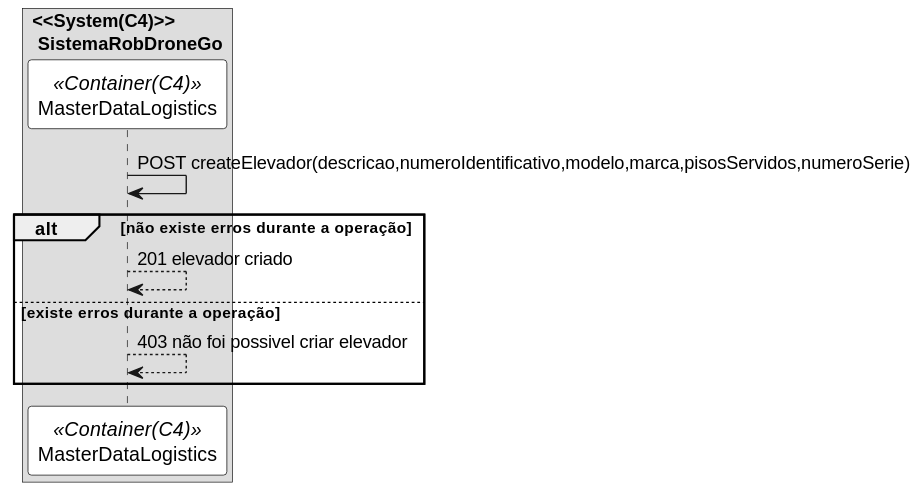
SlimJesus25/SEM5_PI keeps this PlantUML diagram as docs/use_cases/UC270/vp2.svg. Above is the earlier version. Source of this version:
```plantuml
@startuml getPackagingSD

skinparam sequence {
ParticipantBorderColor black
ParticipantBackgroundColor white
}

box "<<System(C4)>>\n SistemaRobDroneGo"
participant MasterDataLogistics as mdl <<Container(C4)>>
mdl -> mdl: POST createElevador(descricao,numeroIdentificativo,modelo,marca,pisosServidos,numeroSerie)
alt não existe erros durante a operação
mdl --> mdl: 201 elevador criado
else existe erros durante a operação
mdl --> mdl: 403 não foi possivel criar elevador
end

end box

@enduml
```
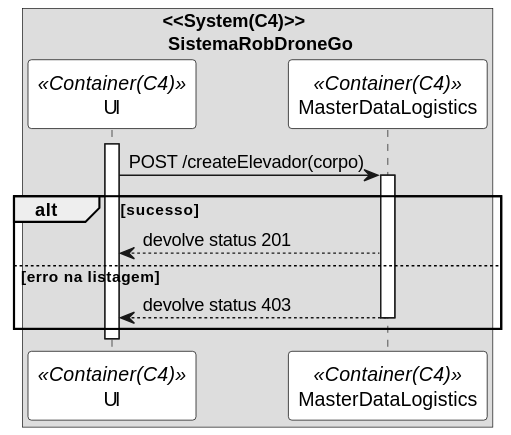
After the change.

The edit, as a diff of the source:
```diff
@@ -6,13 +6,18 @@
 }
 
 box "<<System(C4)>>\n SistemaRobDroneGo"
+participant UI as ui <<Container(C4)>>
 participant MasterDataLogistics as mdl <<Container(C4)>>
-mdl -> mdl: POST createElevador(descricao,numeroIdentificativo,modelo,marca,pisosServidos,numeroSerie)
-alt não existe erros durante a operação
-mdl --> mdl: 201 elevador criado
-else existe erros durante a operação
-mdl --> mdl: 403 não foi possivel criar elevador
+activate ui
+ui -> mdl: POST /createElevador(corpo)
+activate mdl
+alt sucesso
+mdl --> ui: devolve status 201
+else erro na listagem
+mdl --> ui: devolve status 403
+deactivate mdl
 end
+deactivate ui
 
 end box
 
```
